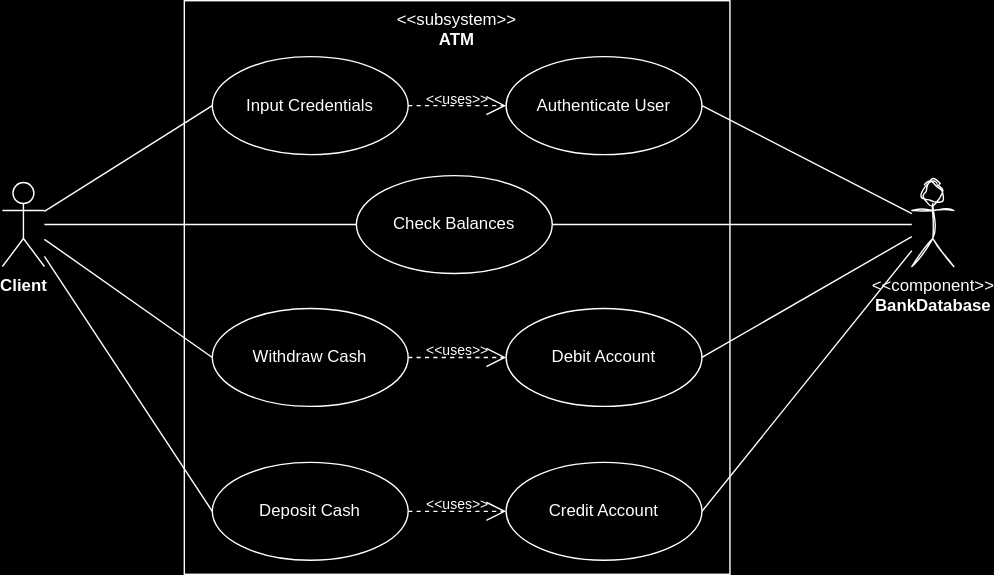
This is Main Courses/CSC1016S/Assignments/5- UML and Consolidation/Diagrams/Exercise1.drawio.svg from DnA-IntRicate/uct-cse, a draw.io export, as it was before one commit. Source tidied: cells renumbered, new cells last; positions are measured from the earlier drawing's top-left corner, leaving out a move shared by most shapes.
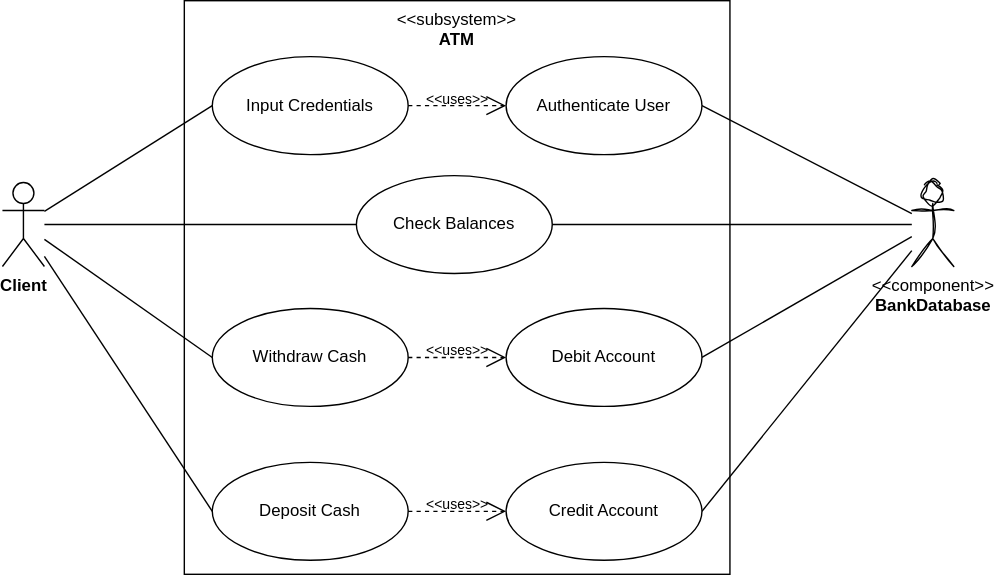
Later version of the same file.

Commit message:
Assignment 5 complete UML diagrams

The edit, as a diff of the source:
```diff
@@ -2,67 +2,67 @@
   <root>
     <mxCell id="0" />
     <mxCell id="1" parent="0" />
-    <mxCell id="2" value="&amp;lt;&amp;lt;subsystem&amp;gt;&amp;gt;&lt;div&gt;&lt;b&gt;ATM&lt;/b&gt;&lt;/div&gt;" style="html=1;whiteSpace=wrap;verticalAlign=top;" parent="1" vertex="1">
+    <mxCell id="2" value="&amp;lt;&amp;lt;subsystem&amp;gt;&amp;gt;&lt;div&gt;&lt;b&gt;ATM&lt;/b&gt;&lt;/div&gt;" style="html=1;whiteSpace=wrap;verticalAlign=top;labelBackgroundColor=none;" parent="1" vertex="1">
       <mxGeometry x="130" width="390" height="410" as="geometry" />
     </mxCell>
-    <mxCell id="3" value="&lt;b&gt;Client&lt;/b&gt;" style="shape=umlActor;verticalLabelPosition=bottom;verticalAlign=top;html=1;" parent="1" vertex="1">
+    <mxCell id="3" value="&lt;b&gt;Client&lt;/b&gt;" style="shape=umlActor;verticalLabelPosition=bottom;verticalAlign=top;html=1;labelBackgroundColor=none;" parent="1" vertex="1">
       <mxGeometry y="130" width="30" height="60" as="geometry" />
     </mxCell>
-    <mxCell id="4" style="rounded=0;jettySize=auto;html=1;entryX=0;entryY=0.5;entryDx=0;entryDy=0;endArrow=none;endFill=0;" parent="1" edge="1" source="3" target="13">
+    <mxCell id="4" style="rounded=0;jettySize=auto;html=1;entryX=0;entryY=0.5;entryDx=0;entryDy=0;endArrow=none;endFill=0;labelBackgroundColor=none;fontColor=default;" parent="1" edge="1" source="3" target="13">
       <mxGeometry relative="1" as="geometry" />
     </mxCell>
-    <mxCell id="5" value="Withdraw Cash" style="ellipse;whiteSpace=wrap;html=1;" parent="1" vertex="1">
+    <mxCell id="5" value="Withdraw Cash" style="ellipse;whiteSpace=wrap;html=1;labelBackgroundColor=none;" parent="1" vertex="1">
       <mxGeometry x="150" y="220" width="140" height="70" as="geometry" />
     </mxCell>
-    <mxCell id="6" value="Check Balances" style="ellipse;whiteSpace=wrap;html=1;" parent="1" vertex="1">
+    <mxCell id="6" value="Check Balances" style="ellipse;whiteSpace=wrap;html=1;labelBackgroundColor=none;" parent="1" vertex="1">
       <mxGeometry x="253" y="125" width="140" height="70" as="geometry" />
     </mxCell>
-    <mxCell id="7" value="Deposit Cash" style="ellipse;whiteSpace=wrap;html=1;" parent="1" vertex="1">
+    <mxCell id="7" value="Deposit Cash" style="ellipse;whiteSpace=wrap;html=1;labelBackgroundColor=none;" parent="1" vertex="1">
       <mxGeometry x="150" y="330" width="140" height="70" as="geometry" />
     </mxCell>
-    <mxCell id="8" style="rounded=0;jettySize=auto;html=1;entryX=1;entryY=0.5;entryDx=0;entryDy=0;endArrow=none;endFill=0;" parent="1" edge="1" source="22" target="12">
+    <mxCell id="8" style="rounded=0;jettySize=auto;html=1;entryX=1;entryY=0.5;entryDx=0;entryDy=0;endArrow=none;endFill=0;labelBackgroundColor=none;fontColor=default;" parent="1" edge="1" source="22" target="12">
       <mxGeometry relative="1" as="geometry" />
     </mxCell>
-    <mxCell id="9" style="rounded=0;jettySize=auto;html=1;entryX=1;entryY=0.5;entryDx=0;entryDy=0;endArrow=none;endFill=0;strokeColor=default;" parent="1" edge="1" source="22" target="14">
+    <mxCell id="9" style="rounded=0;jettySize=auto;html=1;entryX=1;entryY=0.5;entryDx=0;entryDy=0;endArrow=none;endFill=0;labelBackgroundColor=none;fontColor=default;" parent="1" edge="1" source="22" target="14">
       <mxGeometry relative="1" as="geometry" />
     </mxCell>
-    <mxCell id="10" style="rounded=0;jettySize=auto;html=1;entryX=1;entryY=0.5;entryDx=0;entryDy=0;endArrow=none;endFill=0;" parent="1" edge="1" source="22" target="15">
+    <mxCell id="10" style="rounded=0;jettySize=auto;html=1;entryX=1;entryY=0.5;entryDx=0;entryDy=0;endArrow=none;endFill=0;labelBackgroundColor=none;fontColor=default;" parent="1" edge="1" source="22" target="15">
       <mxGeometry relative="1" as="geometry" />
     </mxCell>
-    <mxCell id="11" style="rounded=0;jettySize=auto;html=1;entryX=1;entryY=0.5;entryDx=0;entryDy=0;endArrow=none;endFill=0;strokeColor=default;" parent="1" edge="1" source="22" target="6">
+    <mxCell id="11" style="rounded=0;jettySize=auto;html=1;entryX=1;entryY=0.5;entryDx=0;entryDy=0;endArrow=none;endFill=0;labelBackgroundColor=none;fontColor=default;" parent="1" edge="1" source="22" target="6">
       <mxGeometry relative="1" as="geometry" />
     </mxCell>
-    <mxCell id="12" value="Authenticate User" style="ellipse;whiteSpace=wrap;html=1;" parent="1" vertex="1">
+    <mxCell id="12" value="Authenticate User" style="ellipse;whiteSpace=wrap;html=1;labelBackgroundColor=none;" parent="1" vertex="1">
       <mxGeometry x="360" y="40" width="140" height="70" as="geometry" />
     </mxCell>
-    <mxCell id="13" value="Input Credentials" style="ellipse;whiteSpace=wrap;html=1;" parent="1" vertex="1">
+    <mxCell id="13" value="Input Credentials" style="ellipse;whiteSpace=wrap;html=1;labelBackgroundColor=none;" parent="1" vertex="1">
       <mxGeometry x="150" y="40" width="140" height="70" as="geometry" />
     </mxCell>
-    <mxCell id="14" value="Debit Account" style="ellipse;whiteSpace=wrap;html=1;" parent="1" vertex="1">
+    <mxCell id="14" value="Debit Account" style="ellipse;whiteSpace=wrap;html=1;labelBackgroundColor=none;" parent="1" vertex="1">
       <mxGeometry x="360" y="220" width="140" height="70" as="geometry" />
     </mxCell>
-    <mxCell id="15" value="Credit Account" style="ellipse;whiteSpace=wrap;html=1;" parent="1" vertex="1">
+    <mxCell id="15" value="Credit Account" style="ellipse;whiteSpace=wrap;html=1;labelBackgroundColor=none;" parent="1" vertex="1">
       <mxGeometry x="360" y="330" width="140" height="70" as="geometry" />
     </mxCell>
-    <mxCell id="16" style="rounded=0;jettySize=auto;html=1;entryX=0;entryY=0.5;entryDx=0;entryDy=0;endArrow=none;endFill=0;" parent="1" edge="1" source="3" target="5">
+    <mxCell id="16" style="rounded=0;jettySize=auto;html=1;entryX=0;entryY=0.5;entryDx=0;entryDy=0;endArrow=none;endFill=0;labelBackgroundColor=none;fontColor=default;" parent="1" edge="1" source="3" target="5">
       <mxGeometry relative="1" as="geometry" />
     </mxCell>
-    <mxCell id="17" style="rounded=0;jettySize=auto;html=1;entryX=0;entryY=0.5;entryDx=0;entryDy=0;endArrow=none;endFill=0;" parent="1" edge="1" source="3" target="6">
+    <mxCell id="17" style="rounded=0;jettySize=auto;html=1;entryX=0;entryY=0.5;entryDx=0;entryDy=0;endArrow=none;endFill=0;labelBackgroundColor=none;fontColor=default;" parent="1" edge="1" source="3" target="6">
       <mxGeometry relative="1" as="geometry" />
     </mxCell>
-    <mxCell id="18" style="rounded=0;jettySize=auto;html=1;entryX=0;entryY=0.5;entryDx=0;entryDy=0;endArrow=none;endFill=0;" parent="1" edge="1" source="3" target="7">
+    <mxCell id="18" style="rounded=0;jettySize=auto;html=1;entryX=0;entryY=0.5;entryDx=0;entryDy=0;endArrow=none;endFill=0;labelBackgroundColor=none;fontColor=default;" parent="1" edge="1" source="3" target="7">
       <mxGeometry relative="1" as="geometry" />
     </mxCell>
-    <mxCell id="19" value="&lt;font style=&quot;font-size: 10px;&quot;&gt;&amp;lt;&amp;lt;uses&amp;gt;&amp;gt;&lt;/font&gt;" style="endArrow=open;endSize=12;dashed=1;html=1;rounded=0;exitX=1;exitY=0.5;exitDx=0;exitDy=0;entryX=0;entryY=0.5;entryDx=0;entryDy=0;spacingTop=0;spacingBottom=10;fontSize=10;labelBackgroundColor=none;" parent="1" edge="1" source="13" target="12">
+    <mxCell id="19" value="&lt;font style=&quot;font-size: 10px;&quot;&gt;&amp;lt;&amp;lt;uses&amp;gt;&amp;gt;&lt;/font&gt;" style="endArrow=open;endSize=12;dashed=1;html=1;rounded=0;exitX=1;exitY=0.5;exitDx=0;exitDy=0;entryX=0;entryY=0.5;entryDx=0;entryDy=0;spacingTop=0;spacingBottom=10;fontSize=10;labelBackgroundColor=none;fontColor=default;" parent="1" edge="1" source="13" target="12">
       <mxGeometry x="0.01" relative="1" as="geometry" />
     </mxCell>
-    <mxCell id="20" value="&lt;font style=&quot;font-size: 10px;&quot;&gt;&amp;lt;&amp;lt;uses&amp;gt;&amp;gt;&lt;/font&gt;" style="endArrow=open;endSize=12;dashed=1;html=1;rounded=0;exitX=1;exitY=0.5;exitDx=0;exitDy=0;entryX=0;entryY=0.5;entryDx=0;entryDy=0;spacingTop=0;spacingBottom=10;fontSize=10;labelBackgroundColor=none;" parent="1" edge="1" source="5" target="14">
+    <mxCell id="20" value="&lt;font style=&quot;font-size: 10px;&quot;&gt;&amp;lt;&amp;lt;uses&amp;gt;&amp;gt;&lt;/font&gt;" style="endArrow=open;endSize=12;dashed=1;html=1;rounded=0;exitX=1;exitY=0.5;exitDx=0;exitDy=0;entryX=0;entryY=0.5;entryDx=0;entryDy=0;spacingTop=0;spacingBottom=10;fontSize=10;labelBackgroundColor=none;fontColor=default;" parent="1" edge="1" source="5" target="14">
       <mxGeometry relative="1" as="geometry" />
     </mxCell>
-    <mxCell id="21" value="&lt;font style=&quot;font-size: 10px;&quot;&gt;&amp;lt;&amp;lt;uses&amp;gt;&amp;gt;&lt;/font&gt;" style="endArrow=open;endSize=12;dashed=1;html=1;rounded=0;exitX=1;exitY=0.5;exitDx=0;exitDy=0;entryX=0;entryY=0.5;entryDx=0;entryDy=0;spacingTop=0;spacingBottom=10;fontSize=10;labelBackgroundColor=none;" parent="1" edge="1" source="7" target="15">
+    <mxCell id="21" value="&lt;font style=&quot;font-size: 10px;&quot;&gt;&amp;lt;&amp;lt;uses&amp;gt;&amp;gt;&lt;/font&gt;" style="endArrow=open;endSize=12;dashed=1;html=1;rounded=0;exitX=1;exitY=0.5;exitDx=0;exitDy=0;entryX=0;entryY=0.5;entryDx=0;entryDy=0;spacingTop=0;spacingBottom=10;fontSize=10;labelBackgroundColor=none;fontColor=default;" parent="1" edge="1" source="7" target="15">
       <mxGeometry relative="1" as="geometry" />
     </mxCell>
-    <mxCell id="22" value="&lt;div&gt;&amp;lt;&amp;lt;component&amp;gt;&amp;gt;&lt;/div&gt;&lt;b&gt;BankDatabase&lt;/b&gt;" style="shape=umlActor;verticalLabelPosition=bottom;verticalAlign=top;html=1;shadow=0;sketch=1;curveFitting=1;jiggle=2;sketchStyle=rough;" parent="1" vertex="1">
+    <mxCell id="22" value="&lt;div&gt;&lt;font&gt;&amp;lt;&amp;lt;component&amp;gt;&amp;gt;&lt;/font&gt;&lt;/div&gt;&lt;b&gt;&lt;font&gt;BankDatabase&lt;/font&gt;&lt;/b&gt;" style="shape=umlActor;verticalLabelPosition=bottom;verticalAlign=top;html=1;shadow=0;sketch=1;curveFitting=1;jiggle=2;sketchStyle=rough;labelBackgroundColor=none;" parent="1" vertex="1">
       <mxGeometry x="650" y="130" width="30" height="60" as="geometry" />
     </mxCell>
   </root>
```
